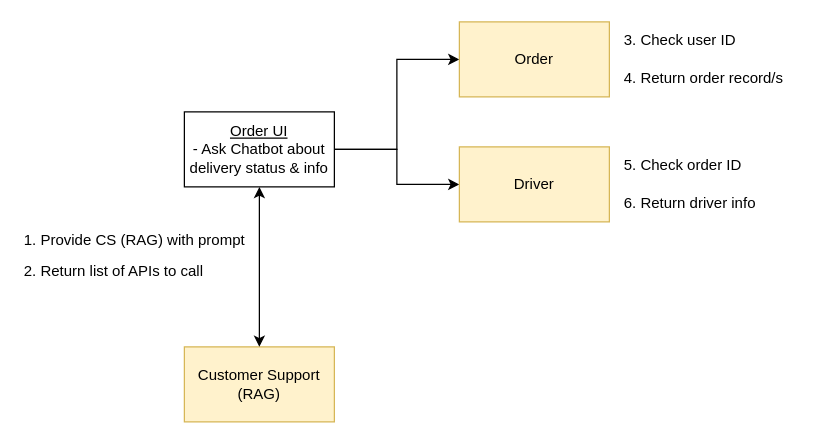
Earlier version of the draw.io diagram diagrams/CustomerSupport.drawio (darkliyznyanlin910/esd-2425T2). Source tidied: cells renumbered, new cells numbered last; positions are measured from the earlier drawing's top-left corner, leaving out a move shared by most shapes. Both pictures are drawn from the tidied source at 125%, with x=0, y=0 at pixel (21, 21).
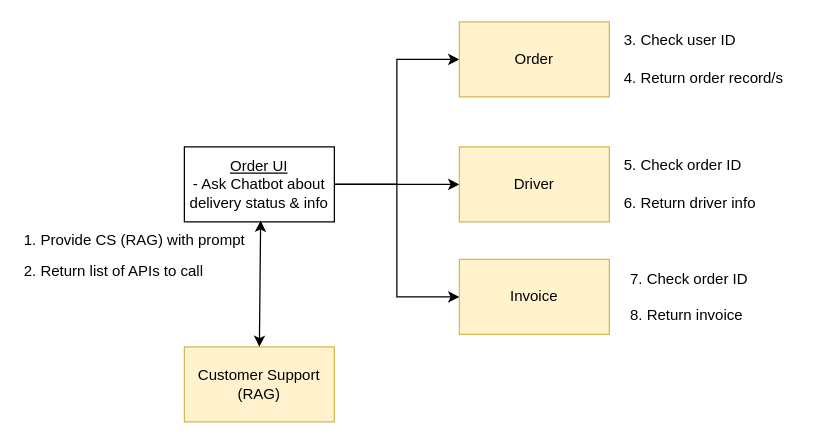
After the change.

Diff of the diagram source:
```diff
@@
 <mxGraphModel>
   <root>
     <mxCell id="0" />
     <mxCell id="1" parent="0" />
     <mxCell id="2" style="edgeStyle=orthogonalEdgeStyle;rounded=0;jettySize=auto;html=1;exitX=1;exitY=0.5;exitDx=0;exitDy=0;entryX=0;entryY=0.5;entryDx=0;entryDy=0;" parent="1" edge="1" source="4" target="8">
       <mxGeometry relative="1" as="geometry" />
     </mxCell>
     <mxCell id="3" style="edgeStyle=orthogonalEdgeStyle;rounded=0;jettySize=auto;html=1;exitX=1;exitY=0.5;exitDx=0;exitDy=0;entryX=0;entryY=0.5;entryDx=0;entryDy=0;" parent="1" edge="1" source="4" target="9">
       <mxGeometry relative="1" as="geometry" />
     </mxCell>
     <mxCell id="4" value="&lt;u&gt;&lt;span style=&quot;background-color: transparent; color: light-dark(rgb(0, 0, 0), rgb(255, 255, 255));&quot;&gt;Order UI&lt;/span&gt;&lt;br&gt;&lt;/u&gt;&lt;span style=&quot;background-color: transparent; color: light-dark(rgb(0, 0, 0), rgb(255, 255, 255));&quot;&gt;- Ask Chatbot about delivery status &amp;amp; info&lt;/span&gt;" style="rounded=0;whiteSpace=wrap;html=1;align=center;" parent="1" vertex="1">
-      <mxGeometry x="130" y="72" width="120" height="60" as="geometry" />
+      <mxGeometry x="130" y="100" width="120" height="60" as="geometry" />
     </mxCell>
     <mxCell id="5" style="edgeStyle=orthogonalEdgeStyle;rounded=0;orthogonalLoop=1;jettySize=auto;html=1;exitX=0;exitY=0.5;exitDx=0;exitDy=0;entryX=0;entryY=0.5;entryDx=0;entryDy=0;" parent="1" edge="1" source="6" target="6">
       <mxGeometry relative="1" as="geometry" />
     </mxCell>
     <mxCell id="6" value="Customer Support (RAG)" style="rounded=0;whiteSpace=wrap;html=1;fillColor=#fff2cc;strokeColor=#d6b656;" parent="1" vertex="1">
       <mxGeometry x="130" y="260" width="120" height="60" as="geometry" />
     </mxCell>
-    <mxCell id="7" style="endArrow=classic;startArrow=classic;html=1;rounded=0;exitX=0.5;exitY=0;exitDx=0;exitDy=0;" parent="1" edge="1" source="6">
-      <mxGeometry relative="1" as="geometry">
-        <mxPoint x="190" y="132" as="targetPoint" />
-      </mxGeometry>
+    <mxCell id="7" style="endArrow=classic;startArrow=classic;html=1;rounded=0;exitX=0.5;exitY=0;exitDx=0;exitDy=0;entryX=0.955;entryY=-0.033;entryDx=0;entryDy=0;entryPerimeter=0;" parent="1" edge="1" source="6" target="10">
+      <mxGeometry relative="1" as="geometry" />
     </mxCell>
     <mxCell id="8" value="Order" style="rounded=0;whiteSpace=wrap;html=1;fillColor=#fff2cc;strokeColor=#d6b656;" parent="1" vertex="1">
       <mxGeometry x="350" width="120" height="60" as="geometry" />
     </mxCell>
     <mxCell id="9" value="Driver" style="rounded=0;whiteSpace=wrap;html=1;fillColor=#fff2cc;strokeColor=#d6b656;" parent="1" vertex="1">
       <mxGeometry x="350" y="100" width="120" height="60" as="geometry" />
     </mxCell>
     <mxCell id="10" value="&lt;span style=&quot;background-color: transparent; color: light-dark(rgb(0, 0, 0), rgb(255, 255, 255));&quot;&gt;1. Provide CS (RAG) with prompt&lt;/span&gt;" style="text;html=1;align=left;verticalAlign=middle;points=[];strokeColor=none;fillColor=none;" parent="1" vertex="1">
       <mxGeometry y="160" width="200" height="30" as="geometry" />
     </mxCell>
     <mxCell id="11" value="3. Check user ID" style="text;html=1;align=left;verticalAlign=middle;strokeColor=none;fillColor=none;" parent="1" vertex="1">
       <mxGeometry x="480" width="110" height="30" as="geometry" />
     </mxCell>
     <mxCell id="12" value="4. Return order record/s" style="text;html=1;align=left;verticalAlign=middle;strokeColor=none;fillColor=none;" parent="1" vertex="1">
       <mxGeometry x="480" y="30" width="150" height="30" as="geometry" />
     </mxCell>
     <mxCell id="13" value="5. Check order ID" style="text;html=1;align=left;verticalAlign=middle;strokeColor=none;fillColor=none;" parent="1" vertex="1">
       <mxGeometry x="480" y="100" width="120" height="30" as="geometry" />
     </mxCell>
     <mxCell id="14" value="6. Return driver info" style="text;html=1;align=left;verticalAlign=middle;strokeColor=none;fillColor=none;" parent="1" vertex="1">
       <mxGeometry x="480" y="130" width="130" height="30" as="geometry" />
     </mxCell>
     <mxCell id="15" value="&lt;span style=&quot;background-color: transparent; color: light-dark(rgb(0, 0, 0), rgb(255, 255, 255));&quot;&gt;2. Return list of APIs to call&lt;/span&gt;" style="text;html=1;align=left;verticalAlign=middle;strokeColor=none;fillColor=none;" parent="1" vertex="1">
       <mxGeometry y="185" width="170" height="30" as="geometry" />
     </mxCell>
+    <mxCell id="16" value="Invoice" style="rounded=0;whiteSpace=wrap;html=1;fillColor=#fff2cc;strokeColor=#d6b656;" parent="1" vertex="1">
+      <mxGeometry x="350" y="190" width="120" height="60" as="geometry" />
+    </mxCell>
+    <mxCell id="17" value="7. Check order ID&lt;div&gt;&lt;font color=&quot;#000000&quot;&gt;&lt;br&gt;&lt;/font&gt;&lt;div&gt;8. Return invoice&lt;/div&gt;&lt;/div&gt;" style="text;html=1;align=left;verticalAlign=middle;strokeColor=none;fillColor=none;" parent="1" vertex="1">
+      <mxGeometry x="485" y="190" width="120" height="60" as="geometry" />
+    </mxCell>
+    <mxCell id="18" style="edgeStyle=orthogonalEdgeStyle;rounded=0;jettySize=auto;html=1;exitX=1;exitY=0.5;exitDx=0;exitDy=0;entryX=0;entryY=0.5;entryDx=0;entryDy=0;" parent="1" edge="1" source="4" target="16">
+      <mxGeometry relative="1" as="geometry" />
+    </mxCell>
   </root>
 </mxGraphModel>
```
